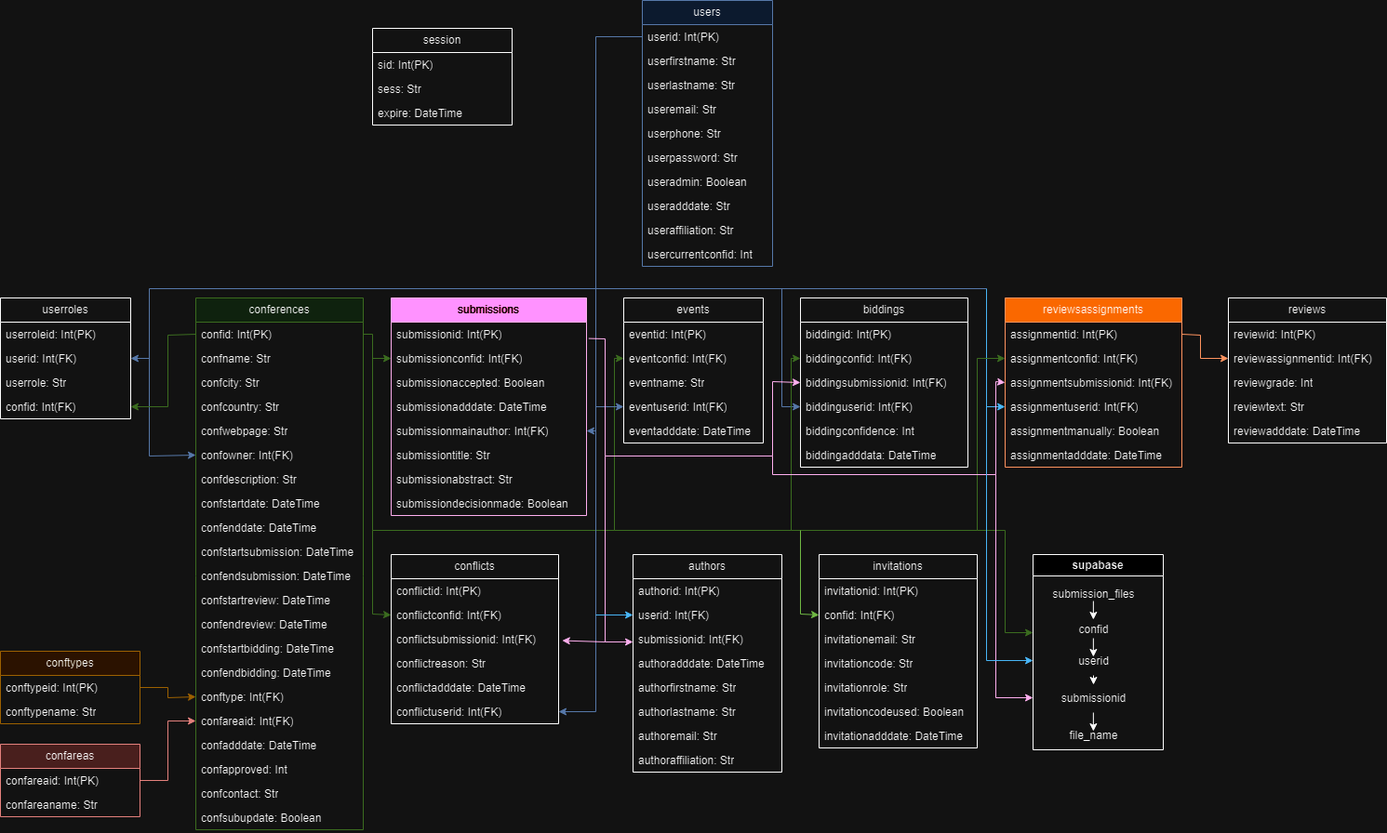
MiguelRico30008432/Conference-Management-System keeps this draw.io diagram as Documentation/UalConfDBDrawio.png. Above is the earlier version. Source tidied: cells renumbered, new cells last; positions are measured from the earlier drawing's top-left corner, leaving out a move shared by most shapes.
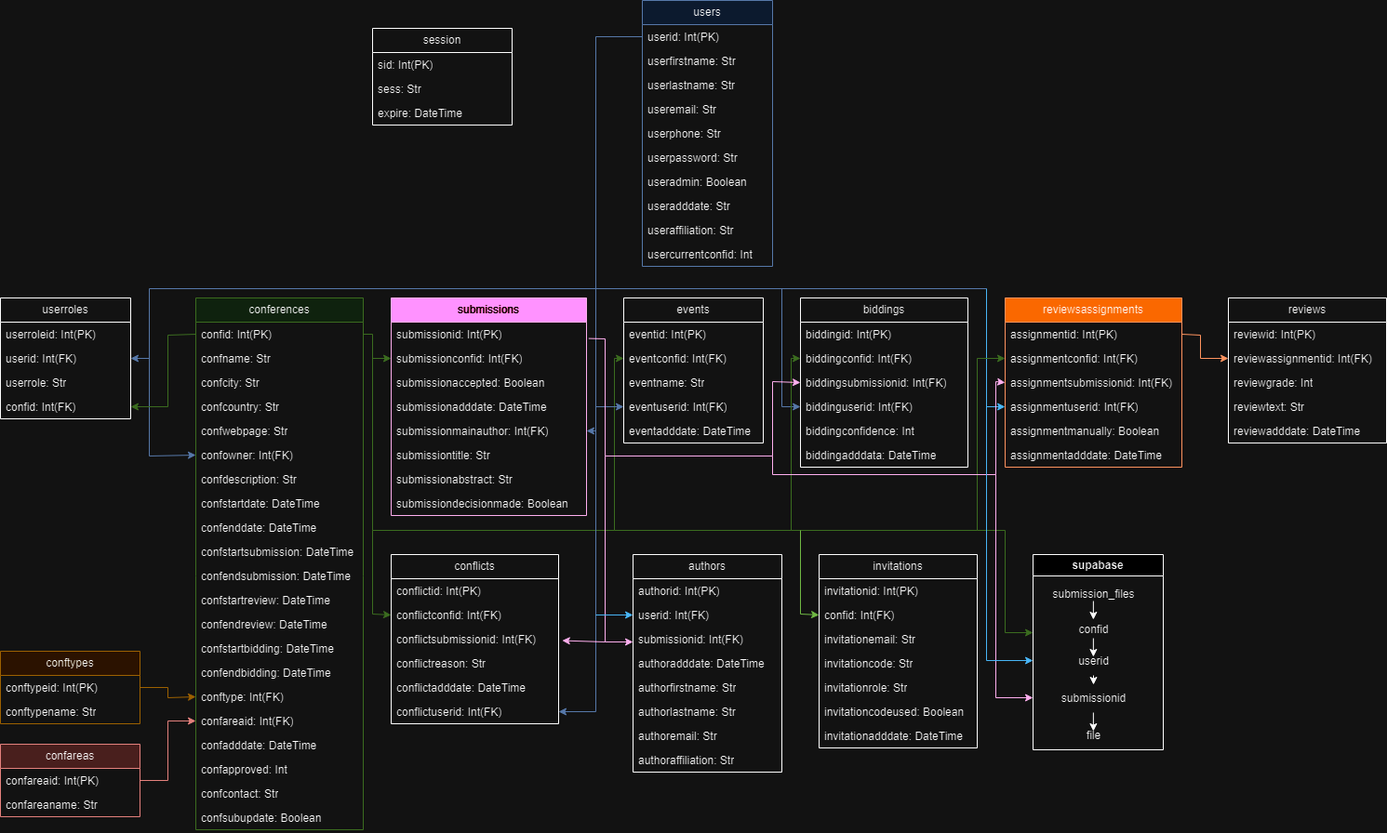
After the commit.

The edit, as a diff of the source:
```diff
@@ -529,8 +529,8 @@
     <mxCell id="137" value="submissionid" style="text;html=1;align=center;verticalAlign=middle;points=[];strokeColor=none;fillColor=none;" parent="133" vertex="1">
       <mxGeometry x="20" y="140" width="90" height="30" as="geometry" />
     </mxCell>
-    <mxCell id="138" value="file_name" style="text;html=1;align=center;verticalAlign=middle;strokeColor=none;fillColor=none;" parent="133" vertex="1">
-      <mxGeometry x="25" y="180" width="80" height="30" as="geometry" />
+    <mxCell id="138" value="file" style="text;html=1;align=center;verticalAlign=middle;strokeColor=none;fillColor=none;" parent="133" vertex="1">
+      <mxGeometry x="45" y="180" width="40" height="30" as="geometry" />
     </mxCell>
     <mxCell id="139" style="endArrow=classic;html=1;rounded=0;" parent="133" edge="1">
       <mxGeometry relative="1" as="geometry">
```
